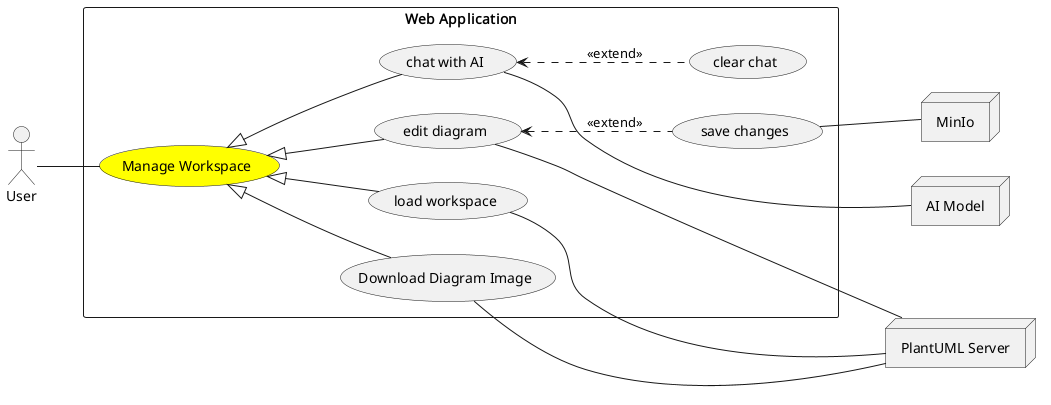
The PlantUML diagram conception/SprintIV/use_case_diagrams/refined_use_case_feature_workspace_management.png in souhaib-askri/report_pfe, before a commit. Source of this version:
```plantuml
@startuml
left to right direction

actor "User" as User
node "MinIo" as MinIo
node "AI Model" as AIModel
node "PlantUML Server" as PlantUMLServer


rectangle "Web Application" {
    usecase "Manage Workspace" as ManageWorkspace#Yellow
    usecase "load workspace" as LoadWorkspace
    usecase "chat with AI" as ChatWithAI
    usecase "clear chat" as ClearChat
    usecase "edit diagram" as EditDiagram
    usecase "save changes" as SaveChanges

    usecase "Download Diagram Image" as DownloadDiagramImage

}

User -- ManageWorkspace
ChatWithAI --- AIModel

ManageWorkspace <|-- LoadWorkspace
ManageWorkspace <|-- ChatWithAI
EditDiagram <.. SaveChanges : <<extend>>
ManageWorkspace <|-- EditDiagram
ManageWorkspace <|-- DownloadDiagramImage
ChatWithAI <.. ClearChat : <<extend>>


SaveChanges -- MinIo


DownloadDiagramImage --- PlantUMLServer
LoadWorkspace --- PlantUMLServer
EditDiagram --- PlantUMLServer


@enduml
```
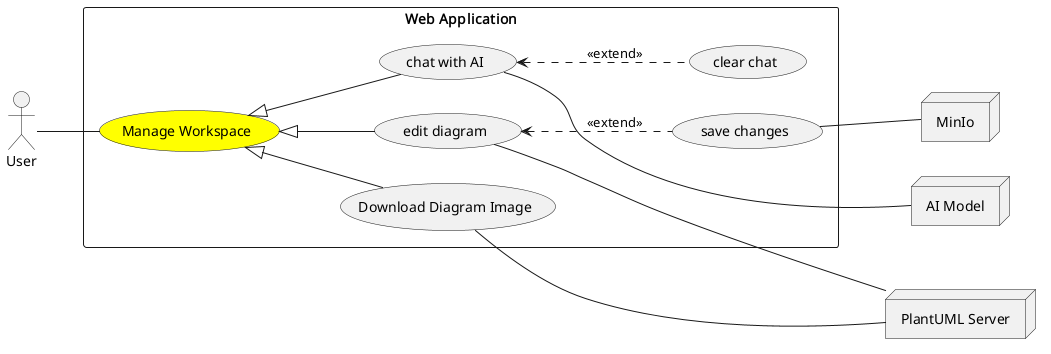
The same file after the commit.

Change to the diagram source:
```diff
@@ -9,7 +9,6 @@
 
 rectangle "Web Application" {
     usecase "Manage Workspace" as ManageWorkspace#Yellow
-    usecase "load workspace" as LoadWorkspace
     usecase "chat with AI" as ChatWithAI
     usecase "clear chat" as ClearChat
     usecase "edit diagram" as EditDiagram
@@ -22,7 +21,7 @@
 User -- ManageWorkspace
 ChatWithAI --- AIModel
 
-ManageWorkspace <|-- LoadWorkspace
+
 ManageWorkspace <|-- ChatWithAI
 EditDiagram <.. SaveChanges : <<extend>>
 ManageWorkspace <|-- EditDiagram
@@ -34,7 +33,7 @@
 
 
 DownloadDiagramImage --- PlantUMLServer
-LoadWorkspace --- PlantUMLServer
+
 EditDiagram --- PlantUMLServer
 
 
```
